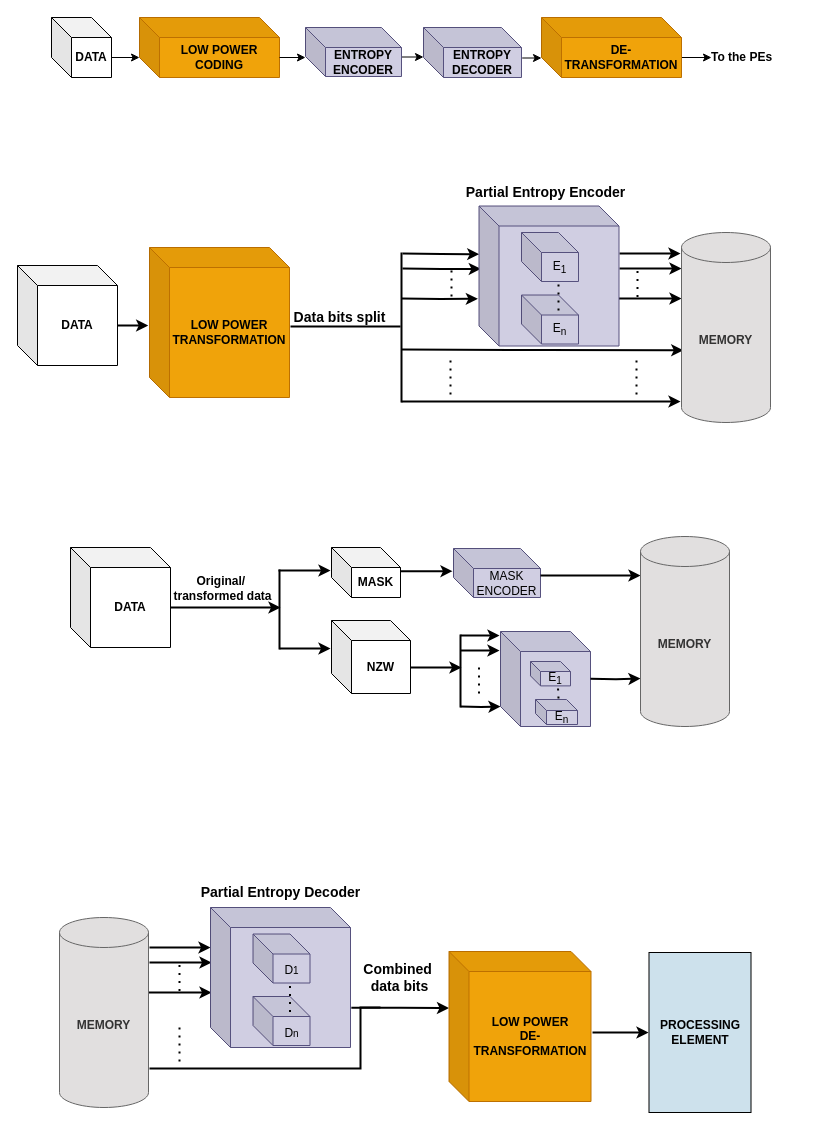
Before: Proposed approach.drawio in Nithyarajoman/Drawio-figures, a draw.io diagram. Source tidied: cells renumbered, new cells numbered last; positions are measured from the earlier drawing's top-left corner, leaving out a move shared by most shapes. Both pictures are drawn from the tidied source at 100%, with x=0, y=0 at pixel (17, 17).
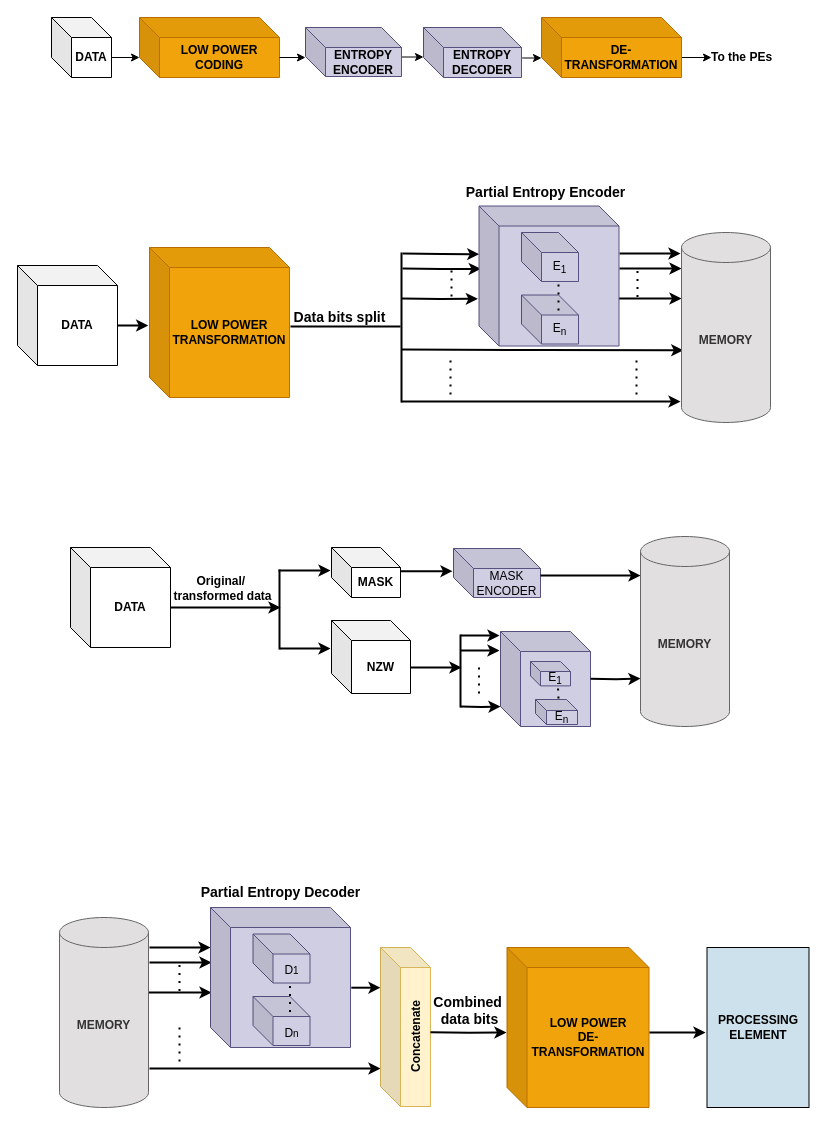
Above is the later version.

The change refers to these unchanged cells:
```xml
<mxCell id="73" style="shape=cube;whiteSpace=wrap;html=1;boundedLbl=1;backgroundOutline=1;darkOpacity=0.05;darkOpacity2=0.1;fillColor=#d0cee2;strokeColor=#56517e;" parent="72" vertex="1">
  <mxGeometry width="140" height="140" as="geometry" />
</mxCell>
```

Diff of the diagram source:
```diff
@@
     <mxCell id="63" value="&lt;b&gt;&lt;font style=&quot;font-size: 14px;&quot;&gt;Combined&amp;nbsp;&lt;/font&gt;&lt;/b&gt;&lt;div&gt;&lt;b&gt;&lt;font style=&quot;font-size: 14px;&quot;&gt;data bits&lt;/font&gt;&lt;/b&gt;&lt;/div&gt;" style="text;html=1;align=center;verticalAlign=middle;strokeColor=none;fillColor=none;" parent="1" vertex="1">
-      <mxGeometry x="331.5" y="935" width="100" height="50" as="geometry" />
+      <mxGeometry x="402" y="968" width="100" height="50" as="geometry" />
     </mxCell>
-    <mxCell id="64" style="edgeStyle=orthogonalEdgeStyle;rounded=0;orthogonalLoop=1;jettySize=auto;html=1;strokeWidth=2;endArrow=none;endFill=0;" parent="1" edge="1">
+    <mxCell id="64" style="edgeStyle=orthogonalEdgeStyle;rounded=0;orthogonalLoop=1;jettySize=auto;html=1;strokeWidth=2;endArrow=classic;endFill=1;strokeColor=default;" parent="1" edge="1">
       <mxGeometry relative="1" as="geometry">
         <mxPoint x="132" y="1051" as="sourcePoint" />
-        <mxPoint x="363" y="990" as="targetPoint" />
+        <mxPoint x="363" y="1051" as="targetPoint" />
         <Array as="points">
           <mxPoint x="343" y="1051" />
-          <mxPoint x="343" y="990" />
         </Array>
       </mxGeometry>
     </mxCell>
@@
-    <mxCell id="77" style="edgeStyle=orthogonalEdgeStyle;rounded=0;jettySize=auto;html=1;strokeWidth=2;exitX=1.006;exitY=0.716;exitDx=0;exitDy=0;exitPerimeter=0;" parent="1" edge="1" source="73">
+    <mxCell id="77" style="edgeStyle=orthogonalEdgeStyle;rounded=0;orthogonalLoop=1;jettySize=auto;html=1;strokeWidth=2;exitX=1.006;exitY=0.716;exitDx=0;exitDy=0;exitPerimeter=0;" parent="1" edge="1">
       <mxGeometry relative="1" as="geometry">
-        <mxPoint x="431.5" y="990.5" as="targetPoint" />
+        <mxPoint x="333.8" y="970.2" as="sourcePoint" />
+        <mxPoint x="363" y="971" as="targetPoint" />
       </mxGeometry>
     </mxCell>
     <mxCell id="78" value="&lt;b&gt;&lt;font&gt;LOW POWER&lt;/font&gt;&lt;/b&gt;&lt;div&gt;&lt;b&gt;&lt;font&gt;DE-TRANSFORMATION&lt;/font&gt;&lt;/b&gt;&lt;/div&gt;" style="shape=cube;whiteSpace=wrap;html=1;boundedLbl=1;backgroundOutline=1;darkOpacity=0.05;darkOpacity2=0.1;fillColor=#f0a30a;strokeColor=#BD7000;fontColor=#000000;" parent="1" vertex="1">
-      <mxGeometry x="431.5" y="934" width="142" height="150" as="geometry" />
+      <mxGeometry x="489.5" y="930" width="142" height="160" as="geometry" />
     </mxCell>
     <mxCell id="79" style="edgeStyle=orthogonalEdgeStyle;rounded=0;orthogonalLoop=1;jettySize=auto;html=1;exitX=1;exitY=0.507;exitDx=0;exitDy=0;exitPerimeter=0;strokeWidth=2;" parent="1" edge="1">
       <mxGeometry relative="1" as="geometry">
-        <mxPoint x="575" y="1015" as="sourcePoint" />
-        <mxPoint x="631" y="1015" as="targetPoint" />
+        <mxPoint x="632" y="1015" as="sourcePoint" />
+        <mxPoint x="688" y="1015" as="targetPoint" />
       </mxGeometry>
     </mxCell>
     <mxCell id="80" value="&lt;b&gt;PROCESSING ELEMENT&lt;/b&gt;" style="whiteSpace=wrap;html=1;fillColor=light-dark(#cde1ec, #ededed);" parent="1" vertex="1">
-      <mxGeometry x="631.5" y="935" width="102" height="160" as="geometry" />
+      <mxGeometry x="689.5" y="930" width="102" height="160" as="geometry" />
     </mxCell>
+    <mxCell id="81" value="&lt;b&gt;Concatenate&lt;/b&gt;" style="shape=cube;whiteSpace=wrap;html=1;boundedLbl=1;backgroundOutline=1;darkOpacity=0.05;darkOpacity2=0.1;fillColor=#fff2cc;strokeColor=#d6b656;horizontal=0;" parent="1" vertex="1">
+      <mxGeometry x="363" y="930" width="50" height="159" as="geometry" />
+    </mxCell>
+    <mxCell id="82" style="edgeStyle=orthogonalEdgeStyle;rounded=0;orthogonalLoop=1;jettySize=auto;html=1;exitX=1;exitY=0.507;exitDx=0;exitDy=0;exitPerimeter=0;strokeWidth=2;" parent="1" edge="1">
+      <mxGeometry relative="1" as="geometry">
+        <mxPoint x="413" y="1014.8" as="sourcePoint" />
+        <mxPoint x="489" y="1015" as="targetPoint" />
+      </mxGeometry>
+    </mxCell>
```
